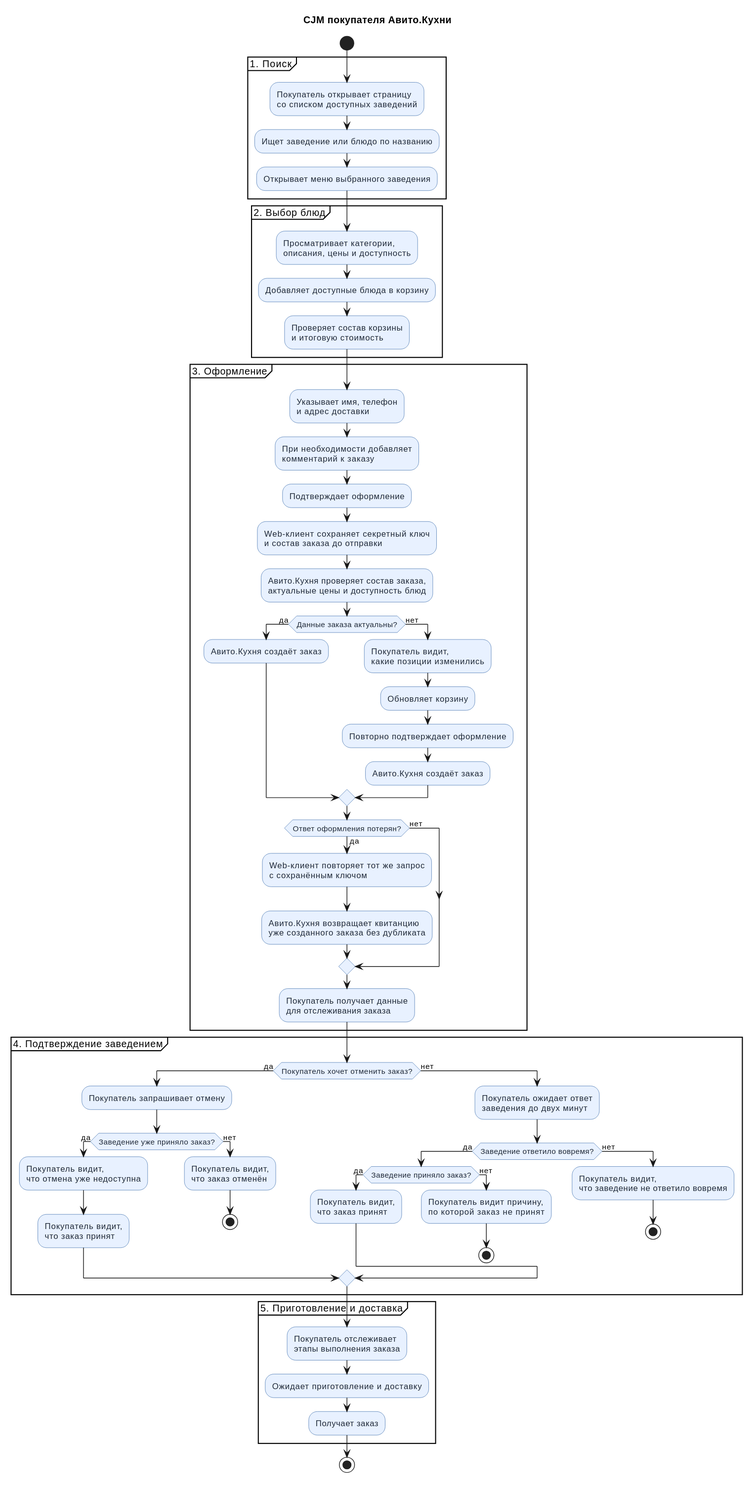
The PlantUML diagram docs/diagrams/customer-cjm.svg in DevDashkovsky/kitchen-avito, before a commit.
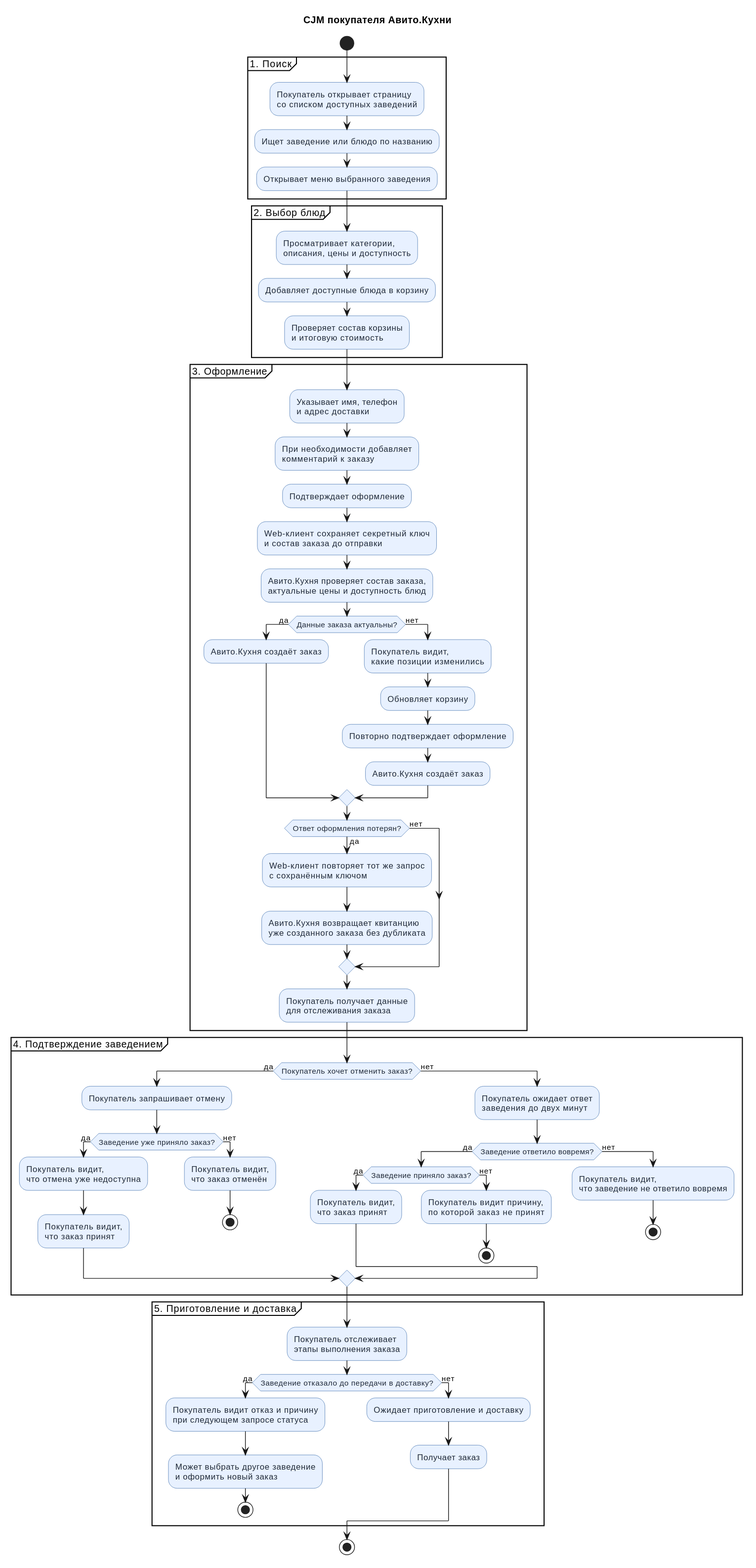
After the change.

Change to the diagram source:
```diff
@@ -95,8 +95,16 @@
 partition "5. Приготовление и доставка" {
   :Покупатель отслеживает
   этапы выполнения заказа;
-  :Ожидает приготовление и доставку;
-  :Получает заказ;
+  if (Заведение отказало до передачи в доставку?) then (да)
+    :Покупатель видит отказ и причину
+    при следующем запросе статуса;
+    :Может выбрать другое заведение
+    и оформить новый заказ;
+    stop
+  else (нет)
+    :Ожидает приготовление и доставку;
+    :Получает заказ;
+  endif
 }
 
 stop
```
